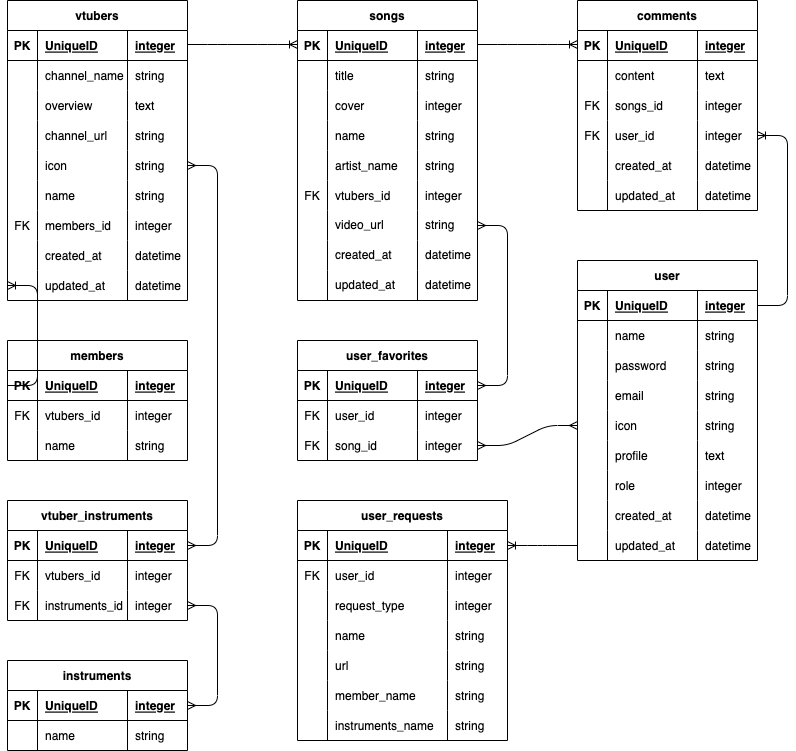
dexias9024/vtuber_song_search keeps this draw.io diagram as ER .png. Above is the earlier version. Source tidied: cells renumbered, new cells last; positions are measured from the earlier drawing's top-left corner, leaving out a move shared by most shapes.
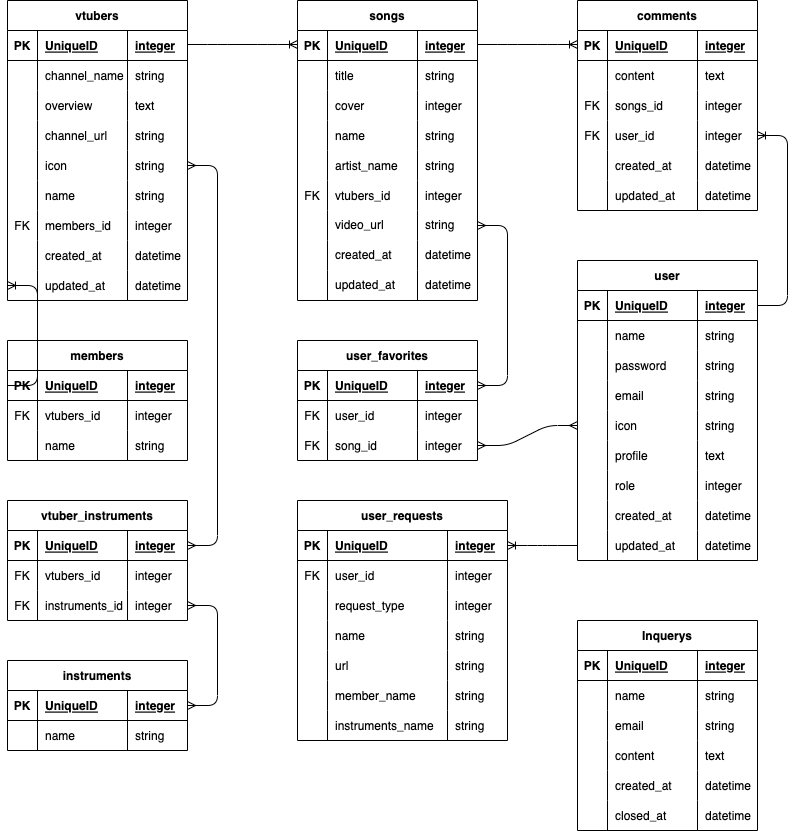
The same diagram one commit later.

Change to the diagram source:
```diff
@@ -1,4 +1,4 @@
-<mxGraphModel background="#ffffff">
+<mxGraphModel background="#FFFFFF">
   <root>
     <mxCell id="0" />
     <mxCell id="1" parent="0" />
@@ -674,5 +674,80 @@
     <mxCell id="223" style="edgeStyle=entityRelationEdgeStyle;fontSize=12;html=1;endArrow=ERmany;startArrow=ERmany;exitX=1;exitY=0.5;exitDx=0;exitDy=0;entryX=1;entryY=0.5;entryDx=0;entryDy=0;" parent="1" edge="1" source="210" target="19">
       <mxGeometry relative="1" as="geometry" />
     </mxCell>
+    <mxCell id="224" value="Inquerys" style="shape=table;startSize=30;rowLines=0;fontStyle=1;align=center;shadow=0;labelBorderColor=none;strokeWidth=1;fillColor=none;" parent="1" vertex="1">
+      <mxGeometry x="570" y="620" width="180" height="210" as="geometry" />
+    </mxCell>
+    <mxCell id="225" style="shape=tableRow;horizontal=0;startSize=0;swimlaneHead=0;swimlaneBody=0;top=0;left=0;right=0;bottom=1;shadow=0;labelBorderColor=none;strokeWidth=1;fillColor=none;" parent="224" vertex="1">
+      <mxGeometry y="30" width="180" height="30" as="geometry" />
+    </mxCell>
+    <mxCell id="226" value="PK" style="shape=partialRectangle;top=0;left=0;bottom=0;right=0;fontStyle=1;overflow=hidden;shadow=0;labelBorderColor=none;strokeWidth=1;fillColor=none;" parent="225" vertex="1">
+      <mxGeometry width="30" height="30" as="geometry" />
+    </mxCell>
+    <mxCell id="227" value="UniqueID" style="shape=partialRectangle;top=0;left=0;bottom=0;right=0;align=left;spacingLeft=6;fontStyle=5;overflow=hidden;shadow=0;labelBorderColor=none;strokeWidth=1;fillColor=none;" parent="225" vertex="1">
+      <mxGeometry x="30" width="90" height="30" as="geometry" />
+    </mxCell>
+    <mxCell id="228" value="integer" style="shape=partialRectangle;top=0;left=0;bottom=0;right=0;align=left;spacingLeft=6;fontStyle=5;overflow=hidden;shadow=0;labelBorderColor=none;strokeWidth=1;fillColor=none;" parent="225" vertex="1">
+      <mxGeometry x="120" width="60" height="30" as="geometry" />
+    </mxCell>
+    <mxCell id="229" style="shape=tableRow;horizontal=0;startSize=0;swimlaneHead=0;swimlaneBody=0;top=0;left=0;right=0;bottom=0;shadow=0;labelBorderColor=none;strokeWidth=1;fillColor=none;" parent="224" vertex="1">
+      <mxGeometry y="60" width="180" height="30" as="geometry" />
+    </mxCell>
+    <mxCell id="230" style="shape=partialRectangle;top=0;left=0;bottom=0;right=0;overflow=hidden;shadow=0;labelBorderColor=none;strokeWidth=1;fillColor=none;" parent="229" vertex="1">
+      <mxGeometry width="30" height="30" as="geometry" />
+    </mxCell>
+    <mxCell id="231" value="name" style="shape=partialRectangle;top=0;left=0;bottom=0;right=0;align=left;spacingLeft=6;overflow=hidden;shadow=0;labelBorderColor=none;strokeWidth=1;fillColor=none;" parent="229" vertex="1">
+      <mxGeometry x="30" width="90" height="30" as="geometry" />
+    </mxCell>
+    <mxCell id="232" value="string" style="shape=partialRectangle;top=0;left=0;bottom=0;right=0;align=left;spacingLeft=6;overflow=hidden;shadow=0;labelBorderColor=none;strokeWidth=1;fillColor=none;" parent="229" vertex="1">
+      <mxGeometry x="120" width="60" height="30" as="geometry" />
+    </mxCell>
+    <mxCell id="233" style="shape=tableRow;horizontal=0;startSize=0;swimlaneHead=0;swimlaneBody=0;top=0;left=0;right=0;bottom=0;shadow=0;labelBorderColor=none;strokeWidth=1;fillColor=none;" parent="224" vertex="1">
+      <mxGeometry y="90" width="180" height="30" as="geometry" />
+    </mxCell>
+    <mxCell id="234" style="shape=partialRectangle;top=0;left=0;bottom=0;right=0;overflow=hidden;shadow=0;labelBorderColor=none;strokeWidth=1;fillColor=none;" parent="233" vertex="1">
+      <mxGeometry width="30" height="30" as="geometry" />
+    </mxCell>
+    <mxCell id="235" value="email" style="shape=partialRectangle;top=0;left=0;bottom=0;right=0;align=left;spacingLeft=6;overflow=hidden;shadow=0;labelBorderColor=none;strokeWidth=1;fillColor=none;" parent="233" vertex="1">
+      <mxGeometry x="30" width="90" height="30" as="geometry" />
+    </mxCell>
+    <mxCell id="236" value="string" style="shape=partialRectangle;top=0;left=0;bottom=0;right=0;align=left;spacingLeft=6;overflow=hidden;shadow=0;labelBorderColor=none;strokeWidth=1;fillColor=none;" parent="233" vertex="1">
+      <mxGeometry x="120" width="60" height="30" as="geometry" />
+    </mxCell>
+    <mxCell id="237" style="shape=tableRow;horizontal=0;startSize=0;swimlaneHead=0;swimlaneBody=0;top=0;left=0;right=0;bottom=0;shadow=0;labelBorderColor=none;strokeWidth=1;fillColor=none;" parent="224" vertex="1">
+      <mxGeometry y="120" width="180" height="30" as="geometry" />
+    </mxCell>
+    <mxCell id="238" style="shape=partialRectangle;top=0;left=0;bottom=0;right=0;overflow=hidden;shadow=0;labelBorderColor=none;strokeWidth=1;fillColor=none;" parent="237" vertex="1">
+      <mxGeometry width="30" height="30" as="geometry" />
+    </mxCell>
+    <mxCell id="239" value="content" style="shape=partialRectangle;top=0;left=0;bottom=0;right=0;align=left;spacingLeft=6;overflow=hidden;shadow=0;labelBorderColor=none;strokeWidth=1;fillColor=none;" parent="237" vertex="1">
+      <mxGeometry x="30" width="90" height="30" as="geometry" />
+    </mxCell>
+    <mxCell id="240" value="text" style="shape=partialRectangle;top=0;left=0;bottom=0;right=0;align=left;spacingLeft=6;overflow=hidden;shadow=0;labelBorderColor=none;strokeWidth=1;fillColor=none;" parent="237" vertex="1">
+      <mxGeometry x="120" width="60" height="30" as="geometry" />
+    </mxCell>
+    <mxCell id="241" style="shape=tableRow;horizontal=0;startSize=0;swimlaneHead=0;swimlaneBody=0;top=0;left=0;right=0;bottom=0;shadow=0;labelBorderColor=none;strokeWidth=1;fillColor=none;" parent="224" vertex="1">
+      <mxGeometry y="150" width="180" height="30" as="geometry" />
+    </mxCell>
+    <mxCell id="242" style="shape=partialRectangle;top=0;left=0;bottom=0;right=0;overflow=hidden;shadow=0;labelBorderColor=none;strokeWidth=1;fillColor=none;" parent="241" vertex="1">
+      <mxGeometry width="30" height="30" as="geometry" />
+    </mxCell>
+    <mxCell id="243" value="created_at" style="shape=partialRectangle;top=0;left=0;bottom=0;right=0;align=left;spacingLeft=6;overflow=hidden;shadow=0;labelBorderColor=none;strokeWidth=1;fillColor=none;" parent="241" vertex="1">
+      <mxGeometry x="30" width="90" height="30" as="geometry" />
+    </mxCell>
+    <mxCell id="244" value="datetime" style="shape=partialRectangle;top=0;left=0;bottom=0;right=0;align=left;spacingLeft=6;overflow=hidden;shadow=0;labelBorderColor=none;strokeWidth=1;fillColor=none;" parent="241" vertex="1">
+      <mxGeometry x="120" width="60" height="30" as="geometry" />
+    </mxCell>
+    <mxCell id="245" style="shape=tableRow;horizontal=0;startSize=0;swimlaneHead=0;swimlaneBody=0;top=0;left=0;right=0;bottom=0;shadow=0;labelBorderColor=none;strokeWidth=1;fillColor=none;" parent="224" vertex="1">
+      <mxGeometry y="180" width="180" height="30" as="geometry" />
+    </mxCell>
+    <mxCell id="246" style="shape=partialRectangle;top=0;left=0;bottom=0;right=0;overflow=hidden;shadow=0;labelBorderColor=none;strokeWidth=1;fillColor=none;" parent="245" vertex="1">
+      <mxGeometry width="30" height="30" as="geometry" />
+    </mxCell>
+    <mxCell id="247" value="closed_at" style="shape=partialRectangle;top=0;left=0;bottom=0;right=0;align=left;spacingLeft=6;overflow=hidden;shadow=0;labelBorderColor=none;strokeWidth=1;fillColor=none;" parent="245" vertex="1">
+      <mxGeometry x="30" width="90" height="30" as="geometry" />
+    </mxCell>
+    <mxCell id="248" value="datetime" style="shape=partialRectangle;top=0;left=0;bottom=0;right=0;align=left;spacingLeft=6;overflow=hidden;shadow=0;labelBorderColor=none;strokeWidth=1;fillColor=none;" parent="245" vertex="1">
+      <mxGeometry x="120" width="60" height="30" as="geometry" />
+    </mxCell>
   </root>
 </mxGraphModel>
```
